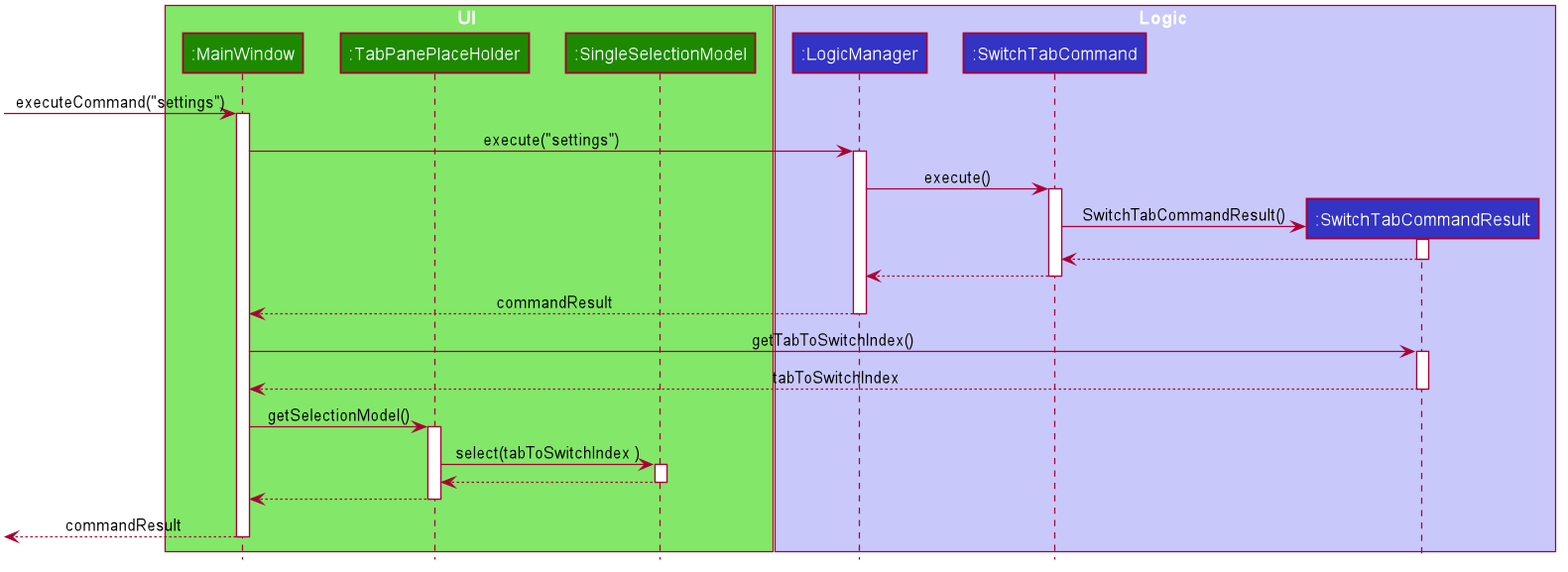
Earlier version of the PlantUML export docs/images/SwitchTabSequenceDiagram.png (nus-cs2103-AY1920S2/addressbook-level3).
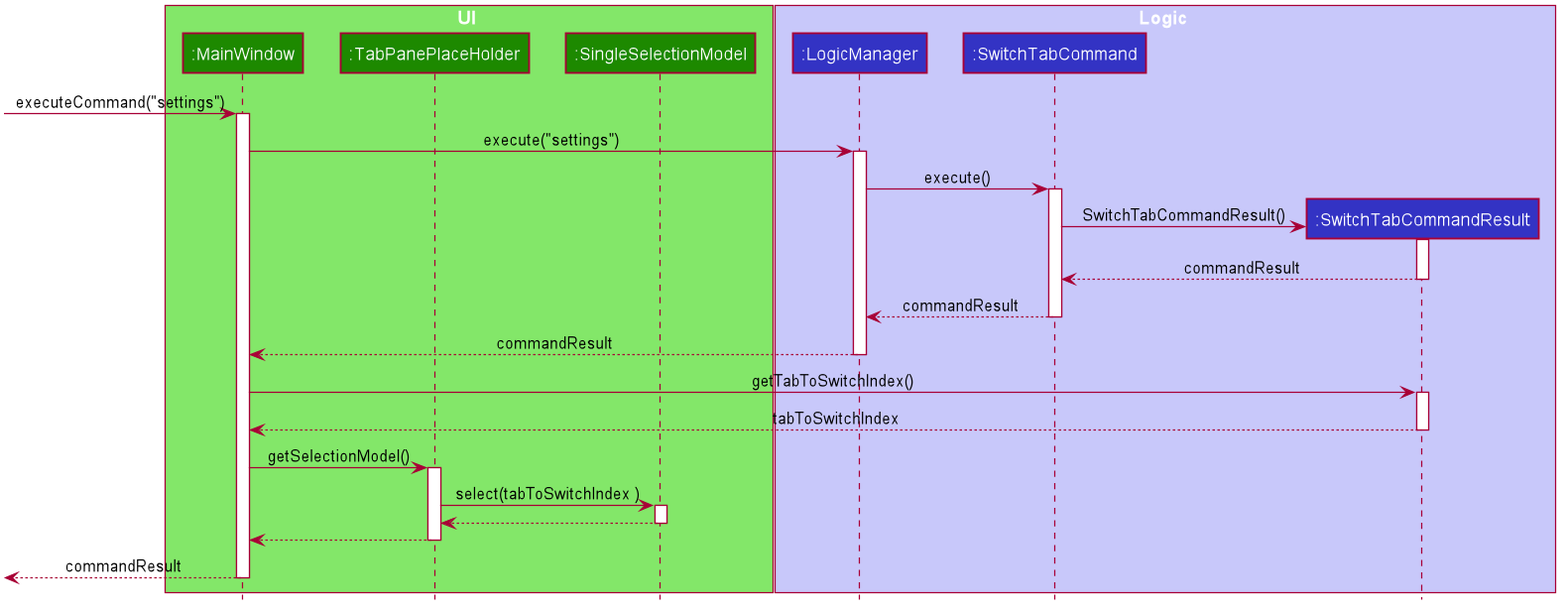
Later version of the same file.

What changed in the source:
```diff
@@ -73,13 +73,13 @@
 SwitchTabCommand -> SwitchTabCommandResult :  SwitchTabCommandResult()
 activate SwitchTabCommandResult
 
-SwitchTabCommandResult --> SwitchTabCommand :
+SwitchTabCommandResult --> SwitchTabCommand : commandResult
 deactivate SwitchTabCommandResult
 
-SwitchTabCommand --> LogicManager :
+SwitchTabCommand --> LogicManager : commandResult
 deactivate SwitchTabCommand
 
-LogicManager --> MainWindow :  commandResult
+LogicManager --> MainWindow : commandResult
 deactivate LogicManager
 
 MainWindow -> SwitchTabCommandResult :  getTabToSwitchIndex()
```
